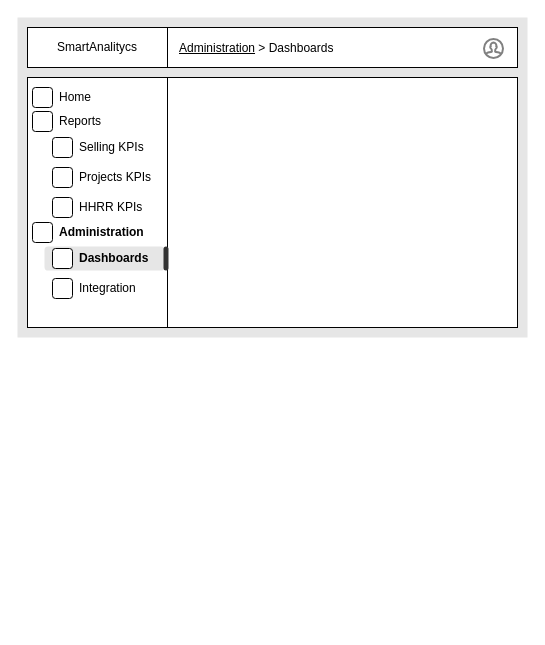
The draw.io diagram page "Page-1" (1 of 2) of design/smartanalytics.drawio in ianache/dashboardstudio, before the edit. Source tidied: cells renumbered, new cells numbered last; positions are measured from the earlier drawing's top-left corner, leaving out a move shared by most shapes. Both pictures are drawn from the tidied source at 100%, with x=0, y=0 at pixel (17, 17).
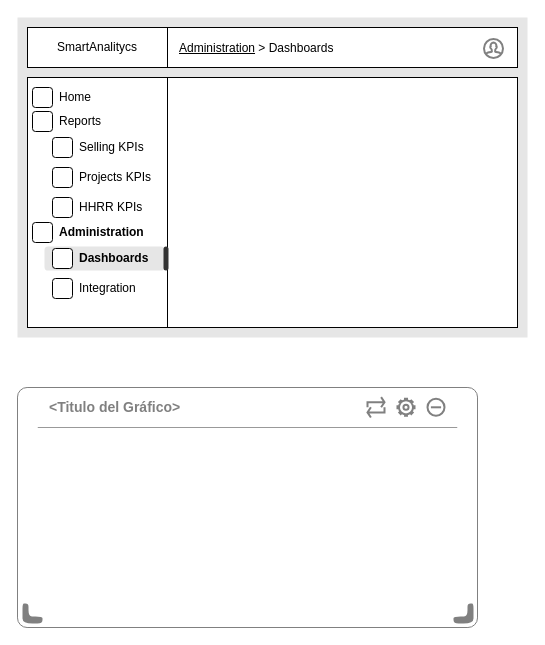
After the change.

What changed in the source:
```diff
@@
+    <mxCell id="27" style="rounded=1;whiteSpace=wrap;html=1;arcSize=4;strokeColor=#808080;" parent="1" vertex="1">
+      <mxGeometry y="370" width="460" height="240" as="geometry" />
+    </mxCell>
+    <mxCell id="28" style="endArrow=none;html=1;rounded=0;exitX=0;exitY=0.5;exitDx=0;exitDy=0;entryX=1;entryY=0.5;entryDx=0;entryDy=0;strokeColor=#999999;" parent="1" edge="1" source="29" target="30">
+      <mxGeometry relative="1" as="geometry" />
+    </mxCell>
+    <mxCell id="29" style="rounded=0;whiteSpace=wrap;html=1;strokeColor=none;" parent="1" vertex="1">
+      <mxGeometry x="440" y="400" width="10" height="20" as="geometry" />
+    </mxCell>
+    <mxCell id="30" style="rounded=0;whiteSpace=wrap;html=1;strokeColor=none;" parent="1" vertex="1">
+      <mxGeometry x="10" y="400" width="10" height="20" as="geometry" />
+    </mxCell>
+    <mxCell id="31" style="shape=corner;whiteSpace=wrap;html=1;dx=6;dy=7;flipV=1;legacyAnchorPoints=0;flipH=1;rounded=1;fillColor=light-dark(#808080, #ededed);strokeColor=none;" parent="1" vertex="1">
+      <mxGeometry x="436" y="586" width="20" height="20" as="geometry" />
+    </mxCell>
+    <mxCell id="32" style="shape=corner;whiteSpace=wrap;html=1;dx=6;dy=7;flipV=1;legacyAnchorPoints=0;flipH=0;rounded=1;fillColor=light-dark(#808080, #ededed);strokeColor=none;" parent="1" vertex="1">
+      <mxGeometry x="5" y="586" width="20" height="20" as="geometry" />
+    </mxCell>
+    <mxCell id="33" style="html=1;verticalLabelPosition=bottom;align=center;labelBackgroundColor=#ffffff;verticalAlign=top;strokeWidth=2;strokeColor=#808080;shadow=0;dashed=0;shape=mxgraph.ios7.icons.repeat;" parent="1" vertex="1">
+      <mxGeometry x="350" y="379.6" width="17" height="20.4" as="geometry" />
+    </mxCell>
+    <mxCell id="34" style="html=1;verticalLabelPosition=bottom;align=center;labelBackgroundColor=#ffffff;verticalAlign=top;strokeWidth=2;strokeColor=#808080;shadow=0;dashed=0;shape=mxgraph.ios7.icons.settings;" parent="1" vertex="1">
+      <mxGeometry x="380" y="381.3" width="17" height="17" as="geometry" />
+    </mxCell>
+    <mxCell id="35" style="html=1;verticalLabelPosition=bottom;align=center;labelBackgroundColor=#ffffff;verticalAlign=top;strokeWidth=2;strokeColor=#808080;shadow=0;dashed=0;shape=mxgraph.ios7.icons.delete;" parent="1" vertex="1">
+      <mxGeometry x="410" y="381.3" width="17" height="17" as="geometry" />
+    </mxCell>
+    <mxCell id="36" value="&amp;lt;Titulo del Gráfico&amp;gt;" style="text;html=1;whiteSpace=wrap;strokeColor=none;fillColor=none;align=left;verticalAlign=middle;rounded=0;fontStyle=1;fontColor=#808080;fontSize=14;" parent="1" vertex="1">
+      <mxGeometry x="30" y="374.8" width="280" height="30" as="geometry" />
+    </mxCell>
```
